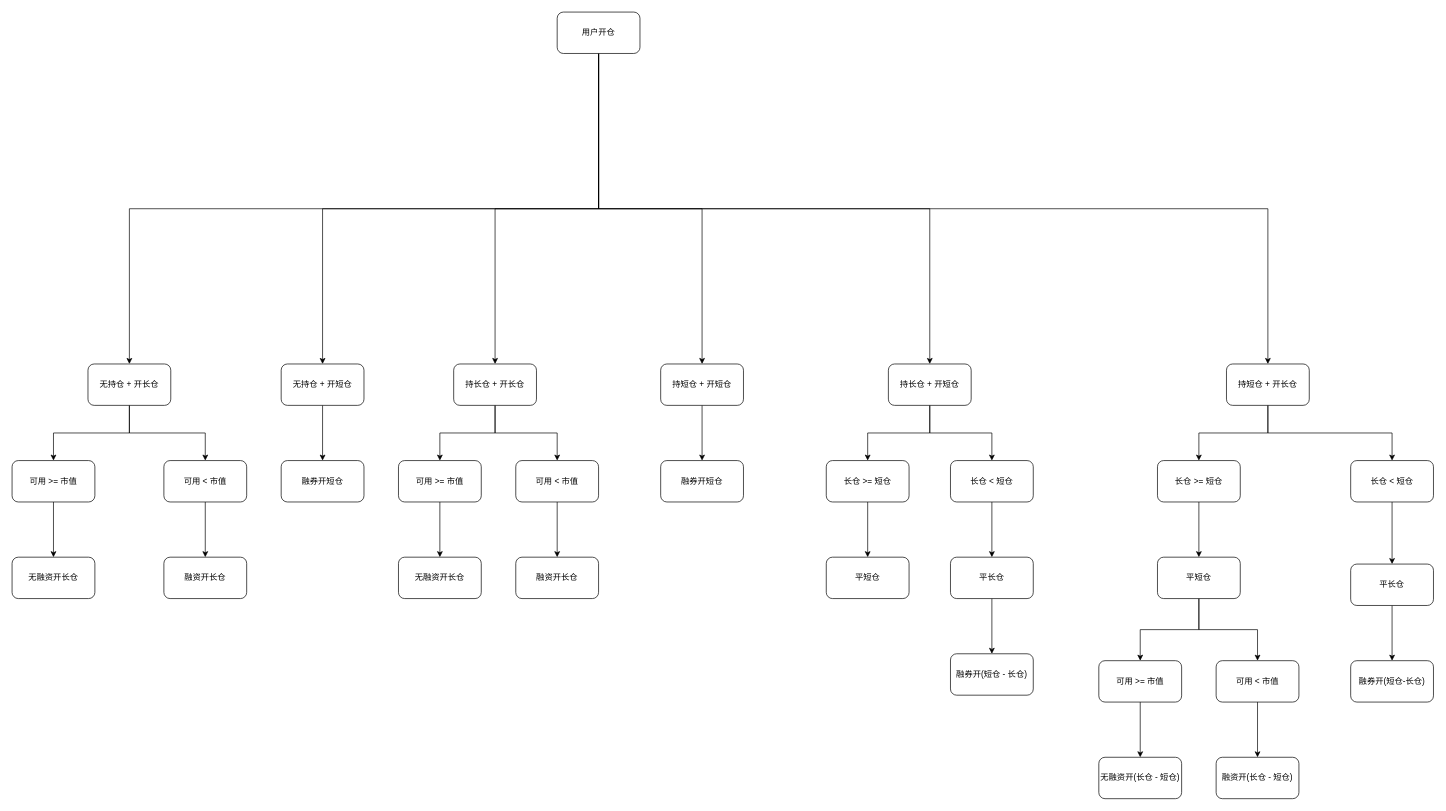
Above: stock.drawio in danielang2020/diagrams (draw.io), before the change. Source tidied: cells renumbered, new cells numbered last; positions are measured from the earlier drawing's top-left corner, leaving out a move shared by most shapes. Both pictures are drawn from the tidied source at 69%, with x=0, y=0 at pixel (12, 12).
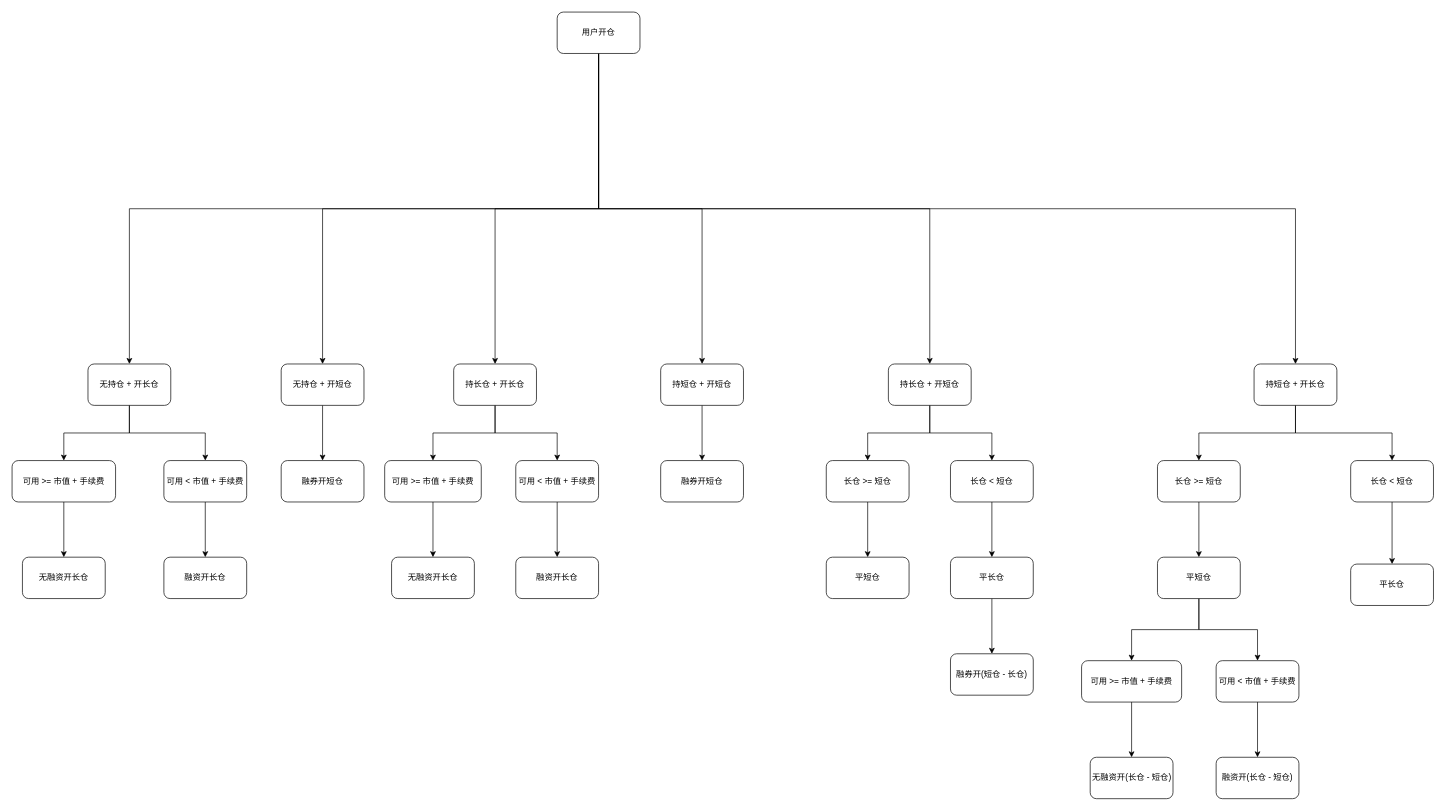
The same diagram, later.

The change refers to these unchanged cells:
```xml
<mxCell id="45" value="长仓 &amp;gt;= 短仓" style="whiteSpace=wrap;html=1;rounded=1;" parent="1" vertex="1">
  <mxGeometry x="1660" y="650" width="120" height="60" as="geometry" />
</mxCell>
<mxCell id="58" value="平长仓" style="whiteSpace=wrap;html=1;rounded=1;" parent="1" vertex="1">
  <mxGeometry x="1940" y="800" width="120" height="60" as="geometry" />
</mxCell>
```

Diff of the diagram source:
```diff
@@
-    <mxCell id="13" value="可用 &amp;gt;= 市值" style="whiteSpace=wrap;html=1;rounded=1;" parent="1" vertex="1">
-      <mxGeometry y="650" width="120" height="60" as="geometry" />
+    <mxCell id="13" value="可用 &amp;gt;= 市值 + 手续费" style="whiteSpace=wrap;html=1;rounded=1;" parent="1" vertex="1">
+      <mxGeometry y="650" width="150" height="60" as="geometry" />
     </mxCell>
     <mxCell id="14" value="无融资开长仓" style="whiteSpace=wrap;html=1;rounded=1;" parent="1" vertex="1">
-      <mxGeometry y="790" width="120" height="60" as="geometry" />
+      <mxGeometry x="15" y="790" width="120" height="60" as="geometry" />
     </mxCell>
@@
-    <mxCell id="16" value="可用 &amp;lt; 市值" style="whiteSpace=wrap;html=1;rounded=1;" parent="1" vertex="1">
+    <mxCell id="16" value="可用 &amp;lt; 市值&amp;nbsp;+ 手续费" style="whiteSpace=wrap;html=1;rounded=1;" parent="1" vertex="1">
       <mxGeometry x="220" y="650" width="120" height="60" as="geometry" />
     </mxCell>
@@
-    <mxCell id="25" value="可用 &amp;gt;= 市值" style="whiteSpace=wrap;html=1;rounded=1;" parent="1" vertex="1">
-      <mxGeometry x="560" y="650" width="120" height="60" as="geometry" />
+    <mxCell id="25" value="可用 &amp;gt;= 市值&amp;nbsp;+ 手续费" style="whiteSpace=wrap;html=1;rounded=1;" parent="1" vertex="1">
+      <mxGeometry x="540" y="650" width="140" height="60" as="geometry" />
     </mxCell>
     <mxCell id="26" value="无融资开长仓" style="whiteSpace=wrap;html=1;rounded=1;" parent="1" vertex="1">
-      <mxGeometry x="560" y="790" width="120" height="60" as="geometry" />
+      <mxGeometry x="550" y="790" width="120" height="60" as="geometry" />
     </mxCell>
@@
-    <mxCell id="28" value="可用 &amp;lt; 市值" style="whiteSpace=wrap;html=1;rounded=1;" parent="1" vertex="1">
+    <mxCell id="28" value="可用 &amp;lt; 市值&amp;nbsp;+ 手续费" style="whiteSpace=wrap;html=1;rounded=1;" parent="1" vertex="1">
       <mxGeometry x="730" y="650" width="120" height="60" as="geometry" />
     </mxCell>
@@
-    <mxCell id="41" style="edgeStyle=orthogonalEdgeStyle;rounded=0;jettySize=auto;html=1;" parent="1" edge="1" source="43" target="45">
+    <mxCell id="41" style="edgeStyle=orthogonalEdgeStyle;rounded=0;jettySize=auto;html=1;exitX=0.5;exitY=1;exitDx=0;exitDy=0;" parent="1" edge="1" source="43" target="45">
       <mxGeometry relative="1" as="geometry" />
     </mxCell>
@@
     <mxCell id="43" value="持短仓 + 开长仓" style="whiteSpace=wrap;html=1;rounded=1;" parent="1" vertex="1">
-      <mxGeometry x="1760" y="510" width="120" height="60" as="geometry" />
+      <mxGeometry x="1800" y="510" width="120" height="60" as="geometry" />
     </mxCell>
@@
-    <mxCell id="50" value="可用 &amp;gt;= 市值" style="whiteSpace=wrap;html=1;rounded=1;" parent="1" vertex="1">
-      <mxGeometry x="1575" y="940" width="120" height="60" as="geometry" />
+    <mxCell id="50" value="可用 &amp;gt;= 市值&amp;nbsp;+ 手续费" style="whiteSpace=wrap;html=1;rounded=1;" parent="1" vertex="1">
+      <mxGeometry x="1550" y="940" width="145" height="60" as="geometry" />
     </mxCell>
     <mxCell id="51" value="无融资开(长仓 - 短仓)" style="whiteSpace=wrap;html=1;rounded=1;" parent="1" vertex="1">
-      <mxGeometry x="1575" y="1080" width="120" height="60" as="geometry" />
+      <mxGeometry x="1562.5" y="1080" width="120" height="60" as="geometry" />
     </mxCell>
@@
-    <mxCell id="53" value="可用 &amp;lt; 市值" style="whiteSpace=wrap;html=1;rounded=1;" parent="1" vertex="1">
+    <mxCell id="53" value="可用 &amp;lt; 市值&amp;nbsp;+ 手续费" style="whiteSpace=wrap;html=1;rounded=1;" parent="1" vertex="1">
       <mxGeometry x="1745" y="940" width="120" height="60" as="geometry" />
     </mxCell>
@@
-    <mxCell id="57" style="edgeStyle=orthogonalEdgeStyle;rounded=0;jettySize=auto;html=1;" parent="1" edge="1" source="58" target="59">
-      <mxGeometry relative="1" as="geometry" />
-    </mxCell>
@@
-    <mxCell id="59" value="融券开(短仓-长仓)" style="whiteSpace=wrap;html=1;rounded=1;" parent="1" vertex="1">
-      <mxGeometry x="1940" y="940" width="120" height="60" as="geometry" />
-    </mxCell>
```
